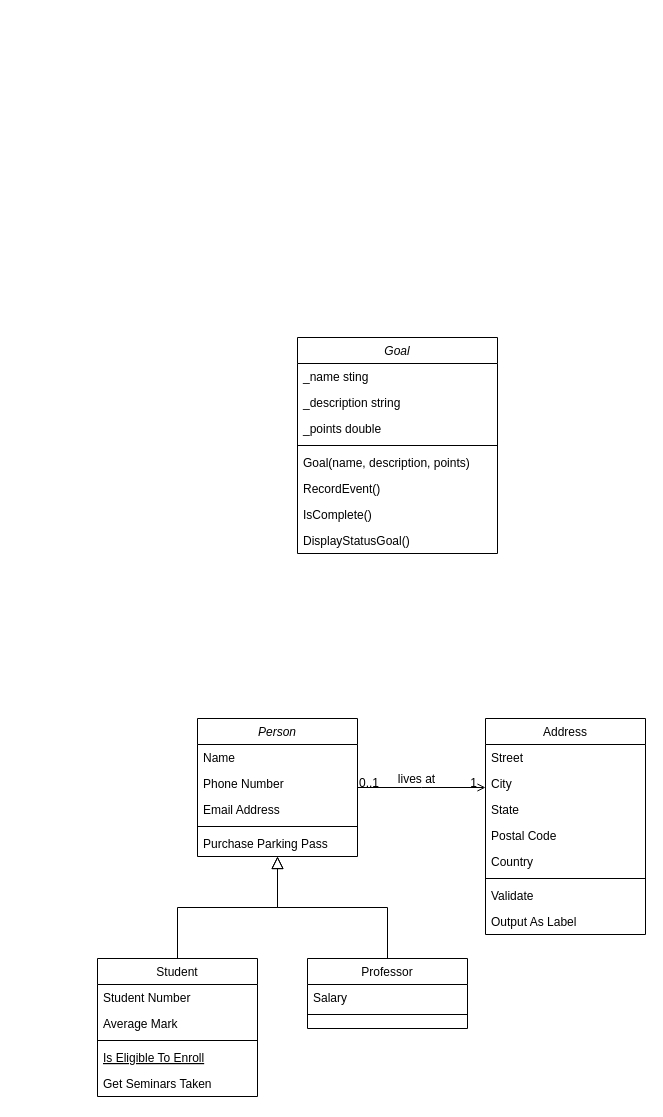
neorgon/cse210-hw keeps this draw.io diagram as assets/EternalQuestProgram.drawio. Above is the earlier version. Source tidied: cells renumbered, new cells numbered last; positions are measured from the earlier drawing's top-left corner, leaving out a move shared by most shapes. Both pictures are drawn from the tidied source at 100%, with x=0, y=0 at pixel (97, 337).
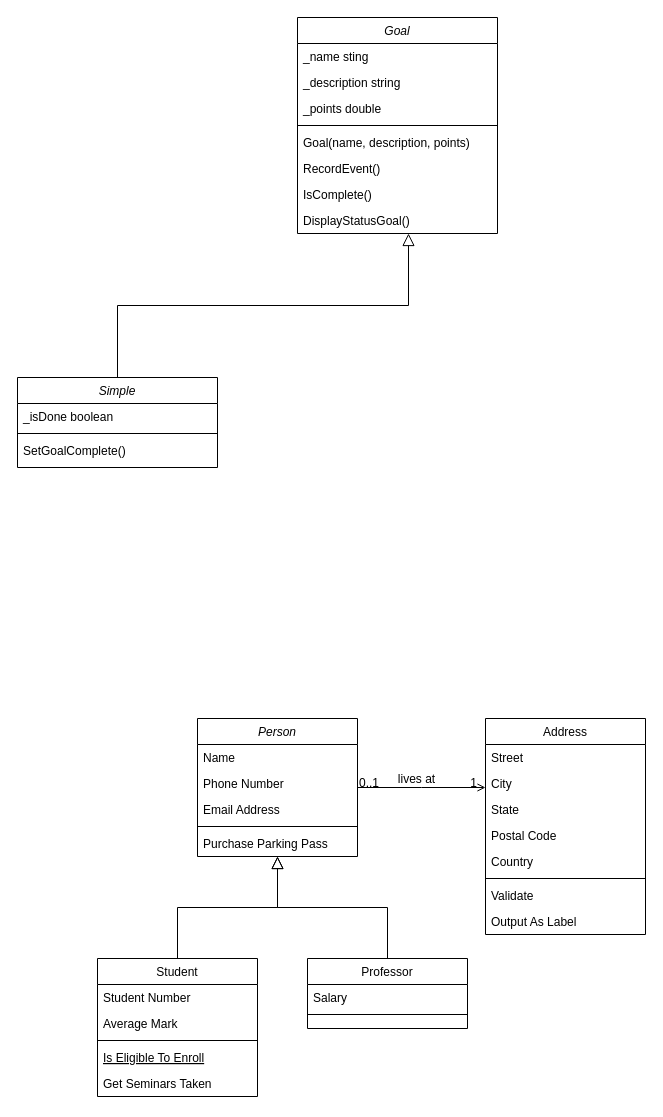
The same diagram, later.

Commit message:
Create Simple Goal class

The change refers to these unchanged cells:
```xml
<mxCell id="40" value="DisplayStatusGoal()" style="text;align=left;verticalAlign=top;spacingLeft=4;spacingRight=4;overflow=hidden;points=[[0,0.5],[1,0.5]];portConstraint=eastwest;" parent="32" vertex="1">
  <mxGeometry y="190" width="200" height="26" as="geometry" />
</mxCell>
```

Diff of the diagram source:
```diff
@@
     <mxCell id="32" value="Goal" style="swimlane;fontStyle=2;align=center;verticalAlign=top;horizontal=1;startSize=26;rounded=0;shadow=0;strokeWidth=1;" parent="1" vertex="1">
-      <mxGeometry x="200" width="200" height="216" as="geometry" />
+      <mxGeometry x="200" y="-320" width="200" height="216" as="geometry" />
     </mxCell>
@@
+    <mxCell id="41" style="edgeStyle=elbowEdgeStyle;rounded=0;jettySize=auto;html=1;entryX=0.555;entryY=1;entryDx=0;entryDy=0;entryPerimeter=0;elbow=vertical;endArrow=block;endFill=0;endSize=10;" parent="1" edge="1" source="42" target="40">
+      <mxGeometry relative="1" as="geometry" />
+    </mxCell>
+    <mxCell id="42" value="Simple" style="swimlane;fontStyle=2;align=center;verticalAlign=top;horizontal=1;startSize=26;rounded=0;shadow=0;strokeWidth=1;" parent="1" vertex="1">
+      <mxGeometry x="-80" y="40" width="200" height="90" as="geometry" />
+    </mxCell>
+    <mxCell id="43" value="_isDone boolean" style="text;align=left;verticalAlign=top;spacingLeft=4;spacingRight=4;overflow=hidden;" parent="42" vertex="1">
+      <mxGeometry y="26" width="200" height="26" as="geometry" />
+    </mxCell>
+    <mxCell id="44" style="line;html=1;strokeWidth=1;align=left;verticalAlign=middle;spacingTop=-1;spacingLeft=3;spacingRight=3;labelPosition=right;" parent="42" vertex="1">
+      <mxGeometry y="52" width="200" height="8" as="geometry" />
+    </mxCell>
+    <mxCell id="45" value="SetGoalComplete()" style="text;align=left;verticalAlign=top;spacingLeft=4;spacingRight=4;overflow=hidden;" parent="42" vertex="1">
+      <mxGeometry y="60" width="200" height="26" as="geometry" />
+    </mxCell>
```
